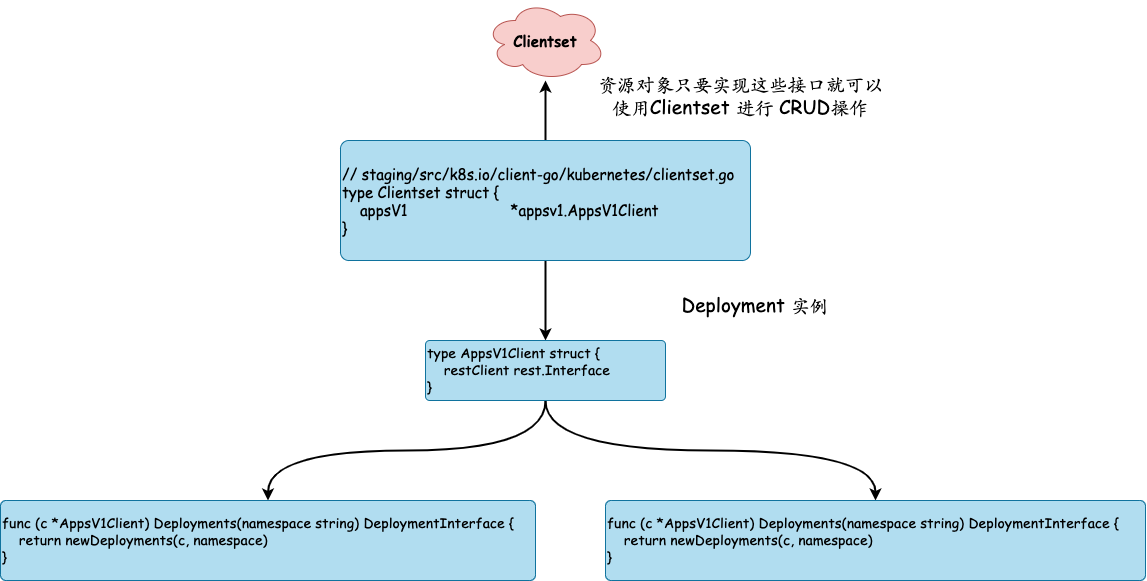
The draw.io diagram book_sources/images/k8s-clientset-1.drawio.png in Git-Kyro/gitbook, before a commit. Source tidied: cells renumbered, new cells last; positions are measured from the earlier drawing's top-left corner, leaving out a move shared by most shapes.
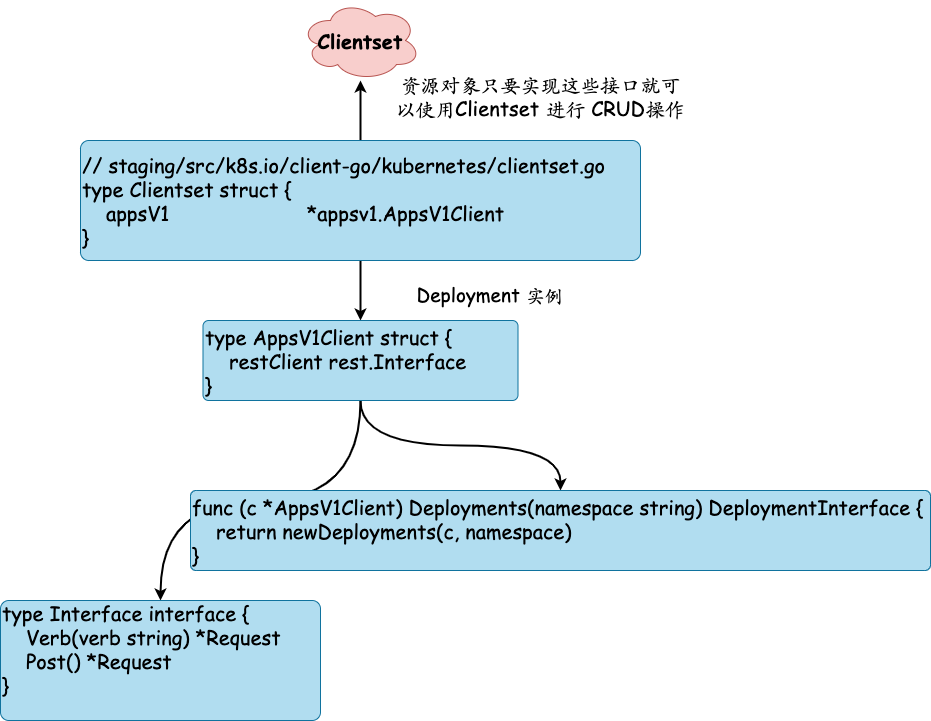
After the change.

The edit, as a diff of the source:
```diff
@@ -8,11 +8,11 @@
     <mxCell id="3" style="rounded=0;jettySize=auto;html=1;fontSize=15;strokeWidth=2;" parent="1" edge="1" source="4" target="8">
       <mxGeometry relative="1" as="geometry" />
     </mxCell>
-    <mxCell id="4" value="&lt;div style=&quot;font-size: 15px&quot;&gt;&lt;div&gt;// staging/src/k8s.io/client-go/kubernetes/clientset.go&lt;/div&gt;&lt;div&gt;type Clientset struct {&lt;/div&gt;&lt;div&gt;&amp;nbsp; &amp;nbsp; appsV1&amp;nbsp; &amp;nbsp; &amp;nbsp; &amp;nbsp; &amp;nbsp; &amp;nbsp; &amp;nbsp; &amp;nbsp; &amp;nbsp; &amp;nbsp; &amp;nbsp; &amp;nbsp;*appsv1.AppsV1Client&lt;/div&gt;&lt;div&gt;}&lt;/div&gt;&lt;/div&gt;" style="whiteSpace=wrap;html=1;fontFamily=Comic Sans MS;align=left;fillColor=#b1ddf0;strokeColor=#10739e;rounded=1;arcSize=7;" parent="1" vertex="1">
-      <mxGeometry x="340" y="140" width="410" height="120" as="geometry" />
+    <mxCell id="4" value="&lt;div style=&quot;font-size: 20px&quot;&gt;&lt;div&gt;// staging/src/k8s.io/client-go/kubernetes/clientset.go&lt;/div&gt;&lt;div&gt;type Clientset struct {&lt;/div&gt;&lt;div&gt;&amp;nbsp; &amp;nbsp; appsV1&amp;nbsp; &amp;nbsp; &amp;nbsp; &amp;nbsp; &amp;nbsp; &amp;nbsp; &amp;nbsp; &amp;nbsp; &amp;nbsp; &amp;nbsp; &amp;nbsp; &amp;nbsp;*appsv1.AppsV1Client&lt;/div&gt;&lt;div&gt;}&lt;/div&gt;&lt;/div&gt;" style="whiteSpace=wrap;html=1;fontFamily=Comic Sans MS;align=left;fillColor=#b1ddf0;strokeColor=#10739e;rounded=1;arcSize=7;" parent="1" vertex="1">
+      <mxGeometry x="340" y="140" width="560" height="120" as="geometry" />
     </mxCell>
-    <mxCell id="5" value="&lt;font style=&quot;font-size: 15px&quot;&gt;&lt;b&gt;Clientset&lt;/b&gt;&lt;/font&gt;" style="ellipse;shape=cloud;whiteSpace=wrap;html=1;fontFamily=Comic Sans MS;align=center;fillColor=#f8cecc;strokeColor=#b85450;rounded=1;arcSize=7;" parent="1" vertex="1">
-      <mxGeometry x="485" width="120" height="80" as="geometry" />
+    <mxCell id="5" value="&lt;font size=&quot;1&quot;&gt;&lt;b style=&quot;font-size: 20px&quot;&gt;Clientset&lt;/b&gt;&lt;/font&gt;" style="ellipse;shape=cloud;whiteSpace=wrap;html=1;fontFamily=Comic Sans MS;align=center;fillColor=#f8cecc;strokeColor=#b85450;rounded=1;arcSize=7;" parent="1" vertex="1">
+      <mxGeometry x="560" width="120" height="80" as="geometry" />
     </mxCell>
     <mxCell id="6" style="edgeStyle=orthogonalEdgeStyle;curved=1;rounded=0;jettySize=auto;html=1;fontSize=14;strokeWidth=2;" parent="1" edge="1" source="8" target="9">
       <mxGeometry relative="1" as="geometry" />
@@ -20,20 +20,20 @@
     <mxCell id="7" style="edgeStyle=orthogonalEdgeStyle;curved=1;rounded=0;jettySize=auto;html=1;fontSize=14;strokeWidth=2;" parent="1" edge="1" source="8" target="10">
       <mxGeometry relative="1" as="geometry" />
     </mxCell>
-    <mxCell id="8" value="&lt;div style=&quot;font-size: 14px&quot;&gt;&lt;font style=&quot;font-size: 14px&quot;&gt;type AppsV1Client struct {&lt;/font&gt;&lt;/div&gt;&lt;div style=&quot;font-size: 14px&quot;&gt;&lt;font style=&quot;font-size: 14px&quot;&gt;&amp;nbsp; &amp;nbsp; restClient rest.Interface&lt;/font&gt;&lt;/div&gt;&lt;div style=&quot;font-size: 14px&quot;&gt;&lt;font style=&quot;font-size: 14px&quot;&gt;}&lt;/font&gt;&lt;/div&gt;" style="whiteSpace=wrap;html=1;fontFamily=Comic Sans MS;align=left;fillColor=#b1ddf0;strokeColor=#10739e;rounded=1;arcSize=7;" parent="1" vertex="1">
-      <mxGeometry x="425" y="340" width="240" height="60" as="geometry" />
+    <mxCell id="8" value="&lt;div style=&quot;font-size: 20px&quot;&gt;&lt;font style=&quot;font-size: 20px&quot;&gt;type AppsV1Client struct {&lt;/font&gt;&lt;/div&gt;&lt;div style=&quot;font-size: 20px&quot;&gt;&lt;font style=&quot;font-size: 20px&quot;&gt;&amp;nbsp; &amp;nbsp; restClient rest.Interface&lt;/font&gt;&lt;/div&gt;&lt;div style=&quot;font-size: 20px&quot;&gt;&lt;font style=&quot;font-size: 20px&quot;&gt;}&lt;/font&gt;&lt;/div&gt;" style="whiteSpace=wrap;html=1;fontFamily=Comic Sans MS;align=left;fillColor=#b1ddf0;strokeColor=#10739e;rounded=1;arcSize=7;" parent="1" vertex="1">
+      <mxGeometry x="462.5" y="320" width="315" height="80" as="geometry" />
     </mxCell>
-    <mxCell id="9" value="&lt;div style=&quot;font-size: 14px&quot;&gt;&lt;div&gt;func (c *AppsV1Client) Deployments(namespace string) DeploymentInterface {&lt;/div&gt;&lt;div&gt;&amp;nbsp; &amp;nbsp; return newDeployments(c, namespace)&lt;/div&gt;&lt;div&gt;}&lt;/div&gt;&lt;/div&gt;" style="whiteSpace=wrap;html=1;fontFamily=Comic Sans MS;align=left;fillColor=#b1ddf0;strokeColor=#10739e;rounded=1;arcSize=7;" parent="1" vertex="1">
-      <mxGeometry y="500" width="535" height="80" as="geometry" />
+    <mxCell id="9" value="&lt;div&gt;&lt;div&gt;&lt;span style=&quot;font-size: 20px&quot;&gt;type Interface interface {&lt;/span&gt;&lt;/div&gt;&lt;div&gt;&lt;span style=&quot;font-size: 20px&quot;&gt;&amp;nbsp; &amp;nbsp; Verb(verb string) *Request&lt;/span&gt;&lt;/div&gt;&lt;div&gt;&lt;span style=&quot;font-size: 20px&quot;&gt;&amp;nbsp; &amp;nbsp; Post() *Request&lt;/span&gt;&lt;/div&gt;&lt;div&gt;&lt;span style=&quot;font-size: 20px&quot;&gt;}&lt;/span&gt;&lt;/div&gt;&lt;div style=&quot;font-size: 20px&quot;&gt;&lt;br&gt;&lt;/div&gt;&lt;/div&gt;" style="whiteSpace=wrap;html=1;fontFamily=Comic Sans MS;align=left;fillColor=#b1ddf0;strokeColor=#10739e;rounded=1;arcSize=7;" parent="1" vertex="1">
+      <mxGeometry x="260" y="600" width="320" height="120" as="geometry" />
     </mxCell>
-    <mxCell id="10" value="&lt;div style=&quot;font-size: 14px&quot;&gt;&lt;div&gt;func (c *AppsV1Client) Deployments(namespace string) DeploymentInterface {&lt;/div&gt;&lt;div&gt;&amp;nbsp; &amp;nbsp; return newDeployments(c, namespace)&lt;/div&gt;&lt;div&gt;}&lt;/div&gt;&lt;/div&gt;" style="whiteSpace=wrap;html=1;fontFamily=Comic Sans MS;align=left;fillColor=#b1ddf0;strokeColor=#10739e;rounded=1;arcSize=7;" parent="1" vertex="1">
-      <mxGeometry x="605" y="500" width="540" height="80" as="geometry" />
+    <mxCell id="10" value="&lt;div style=&quot;font-size: 20px&quot;&gt;&lt;div&gt;func (c *AppsV1Client) Deployments(namespace string) DeploymentInterface {&lt;/div&gt;&lt;div&gt;&amp;nbsp; &amp;nbsp; return newDeployments(c, namespace)&lt;/div&gt;&lt;div&gt;}&lt;/div&gt;&lt;/div&gt;" style="whiteSpace=wrap;html=1;fontFamily=Comic Sans MS;align=left;fillColor=#b1ddf0;strokeColor=#10739e;rounded=1;arcSize=7;" parent="1" vertex="1">
+      <mxGeometry x="450" y="490" width="740" height="80" as="geometry" />
     </mxCell>
-    <mxCell id="11" value="&lt;font face=&quot;Comic Sans MS&quot; style=&quot;font-size: 19px&quot;&gt;资源对象只要实现这些接口就可以使用Clientset 进行 CRUD操作&lt;/font&gt;" style="text;html=1;strokeColor=none;fillColor=none;align=center;verticalAlign=middle;whiteSpace=wrap;rounded=0;fontSize=14;" parent="1" vertex="1">
-      <mxGeometry x="590" y="80" width="300" height="30" as="geometry" />
+    <mxCell id="11" value="&lt;font face=&quot;Comic Sans MS&quot; style=&quot;font-size: 20px&quot;&gt;资源对象只要实现这些接口就可以使用Clientset 进行 CRUD操作&lt;/font&gt;" style="text;html=1;strokeColor=none;fillColor=none;align=center;verticalAlign=middle;whiteSpace=wrap;rounded=0;fontSize=14;" parent="1" vertex="1">
+      <mxGeometry x="650" y="80" width="300" height="30" as="geometry" />
     </mxCell>
     <mxCell id="12" value="&lt;font face=&quot;Comic Sans MS&quot;&gt;&lt;span style=&quot;font-size: 19px&quot;&gt;Deployment 实例&lt;/span&gt;&lt;/font&gt;" style="text;html=1;strokeColor=none;fillColor=none;align=center;verticalAlign=middle;whiteSpace=wrap;rounded=0;fontSize=14;" parent="1" vertex="1">
-      <mxGeometry x="605" y="290" width="300" height="30" as="geometry" />
+      <mxGeometry x="600" y="280" width="300" height="30" as="geometry" />
     </mxCell>
   </root>
 </mxGraphModel>
```
